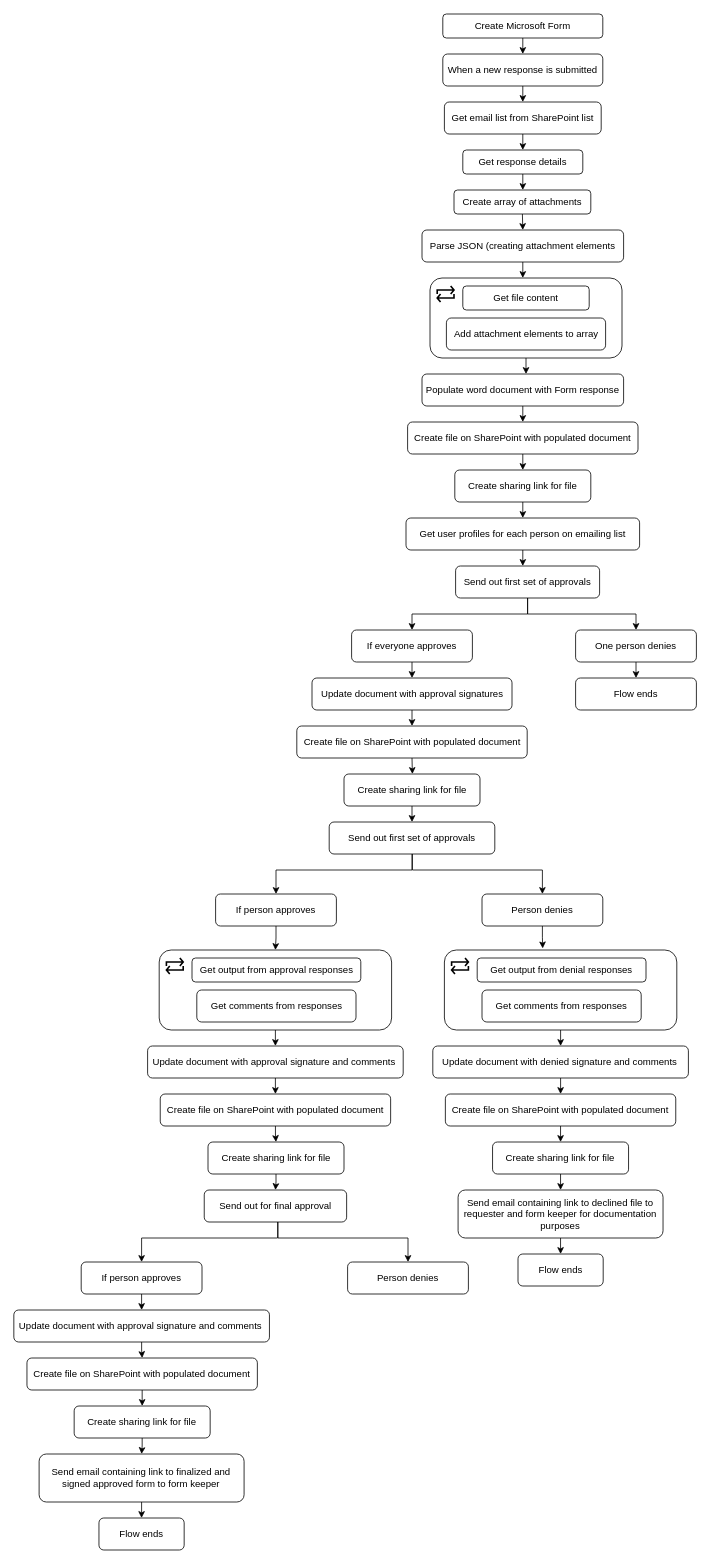
DianaJimenez23/Leave-of-Absence-Request-Form-Automation keeps this draw.io diagram as Untitled Diagram.drawio. Above is the earlier version. Source tidied: cells renumbered, new cells numbered last; positions are measured from the earlier drawing's top-left corner, leaving out a move shared by most shapes. Both pictures are drawn from the tidied source at 80%, with x=0, y=0 at pixel (14, 14).
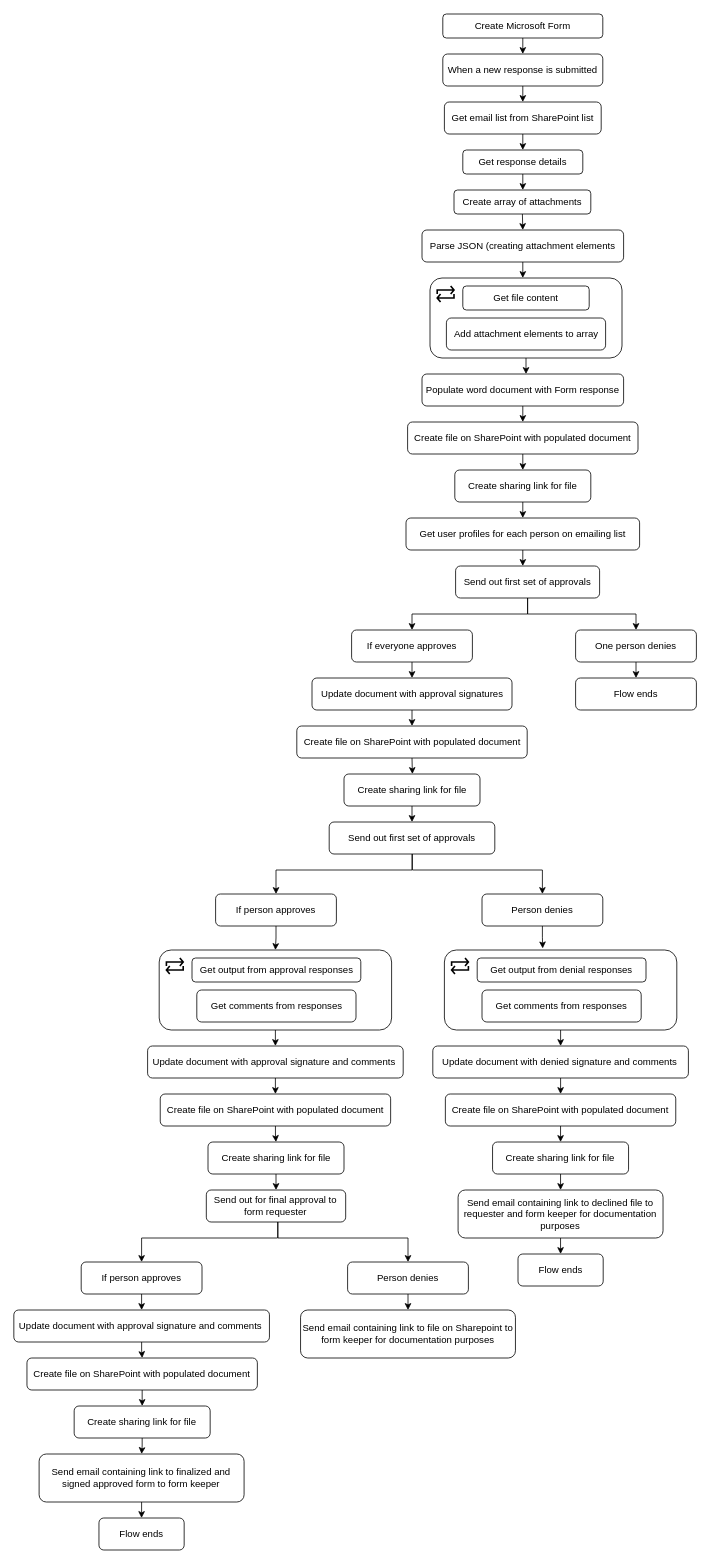
The same diagram, later.

The change refers to these unchanged cells:
```xml
<mxCell id="81" value="Person denies" style="rounded=1;whiteSpace=wrap;html=1;" parent="1" vertex="1">
  <mxGeometry x="417" y="1560" width="151" height="40" as="geometry" />
</mxCell>
```

The edit, as a diff of the source:
```diff
@@
-    <mxCell id="65" value="Send out for final approval" style="rounded=1;whiteSpace=wrap;html=1;" parent="1" vertex="1">
-      <mxGeometry x="237.8" y="1470" width="178" height="40" as="geometry" />
+    <mxCell id="65" value="Send out for final approval to form requester" style="rounded=1;whiteSpace=wrap;html=1;" parent="1" vertex="1">
+      <mxGeometry x="240.4" y="1470" width="174.2" height="40" as="geometry" />
     </mxCell>
@@
+    <mxCell id="93" style="edgeStyle=elbowEdgeStyle;rounded=0;jettySize=auto;elbow=vertical;html=1;exitX=0.5;exitY=1;exitDx=0;exitDy=0;entryX=0.5;entryY=0;entryDx=0;entryDy=0;" parent="1" edge="1" source="81" target="94">
+      <mxGeometry relative="1" as="geometry" />
+    </mxCell>
@@
+    <mxCell id="94" value="Send email containing link to file on Sharepoint to form keeper for documentation purposes" style="rounded=1;whiteSpace=wrap;html=1;" parent="1" vertex="1">
+      <mxGeometry x="358.2" y="1620" width="268.6" height="60" as="geometry" />
+    </mxCell>
```
